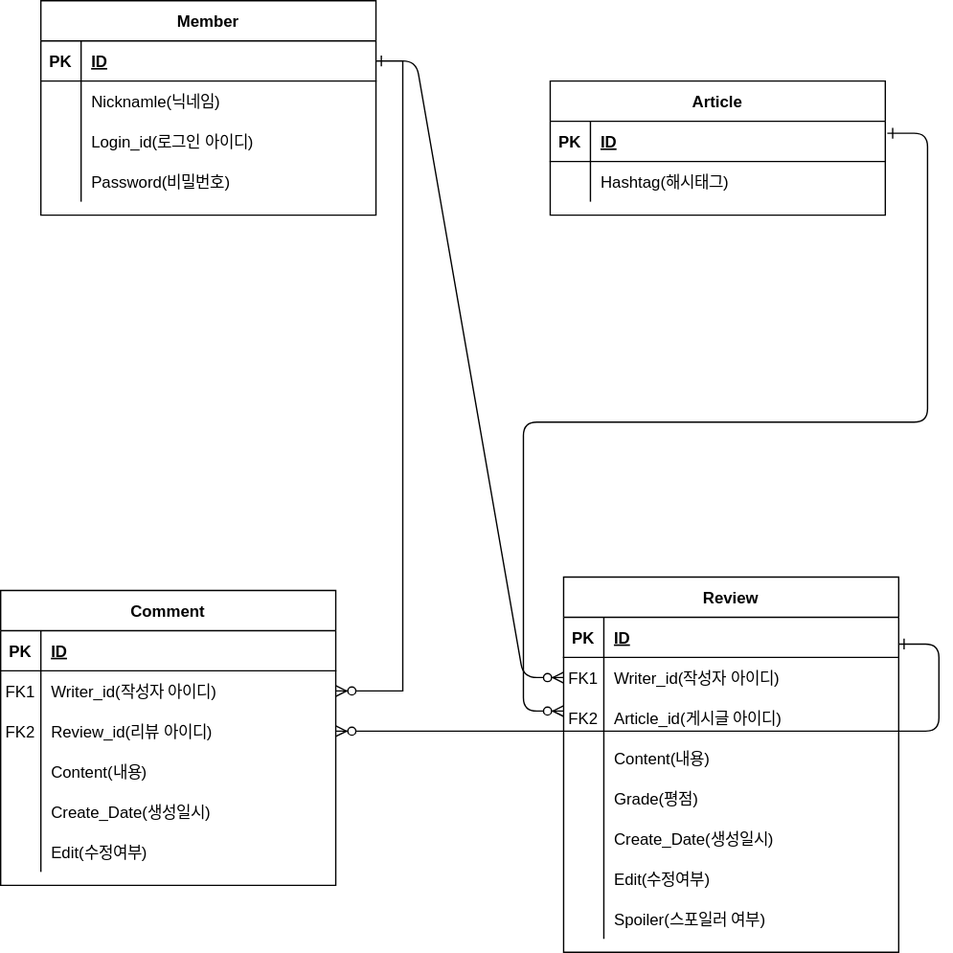
Above: docs/Movie_Review_Board.drawio.svg in pknu-wap/2024_1_WEB6 (draw.io), before the change. Source tidied: cells renumbered, new cells last; positions are measured from the earlier drawing's top-left corner, leaving out a move shared by most shapes.
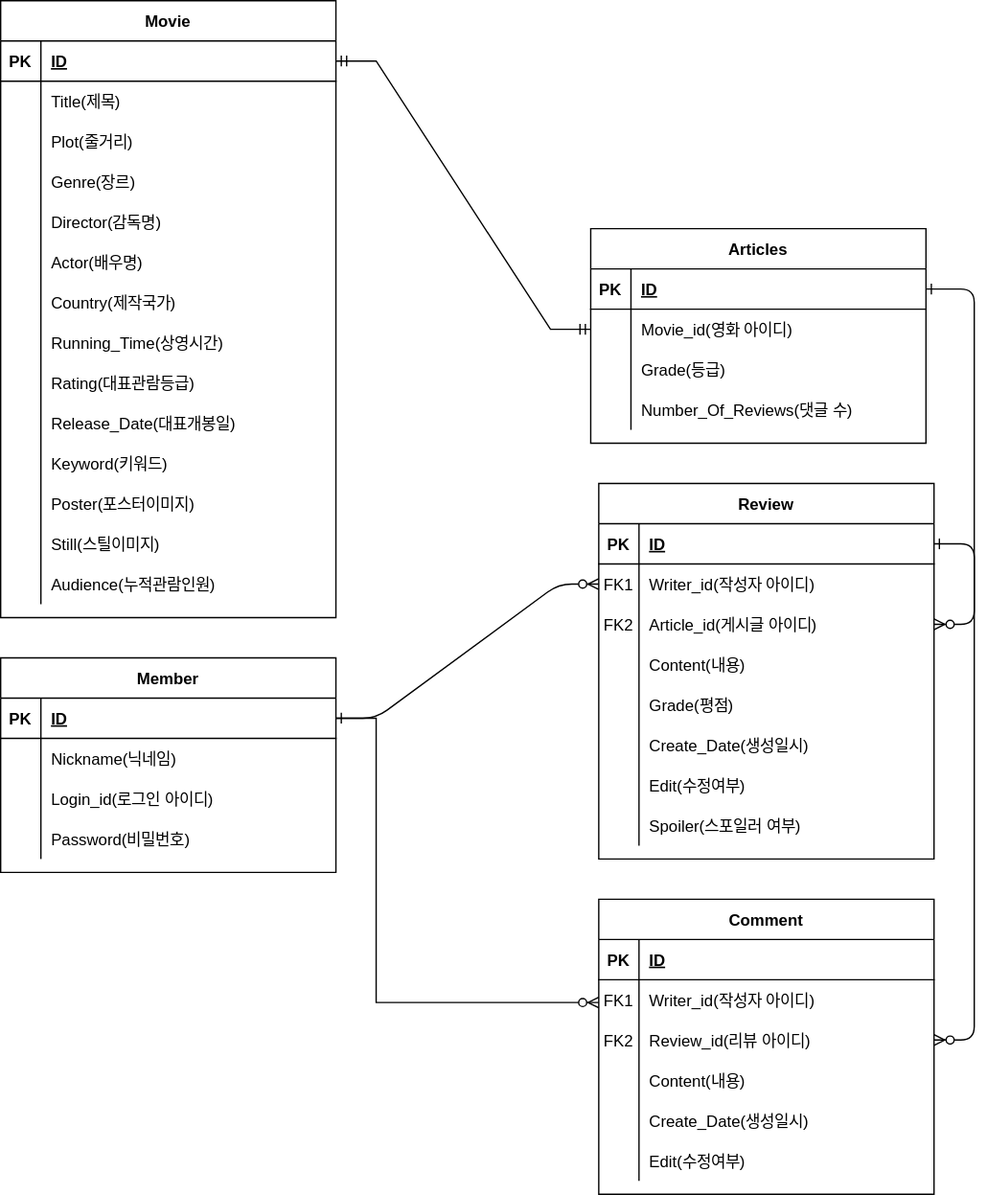
After the change.

What changed in the source:
```diff
@@ -9,17 +9,22 @@
         </Array>
       </mxGeometry>
     </mxCell>
-    <mxCell id="3" style="edgeStyle=entityRelationEdgeStyle;endArrow=ERzeroToMany;startArrow=ERone;endFill=1;startFill=0;entryX=1;entryY=0.5;entryDx=0;entryDy=0;" parent="1" edge="1" target="49">
+    <mxCell id="3" style="edgeStyle=entityRelationEdgeStyle;endArrow=ERzeroToMany;startArrow=ERone;endFill=1;startFill=0;" parent="1" edge="1" source="5" target="49">
       <mxGeometry relative="1" as="geometry">
-        <mxPoint x="670" y="480" as="sourcePoint" />
         <Array as="points">
-          <mxPoint x="500" y="535" />
-          <mxPoint x="710" y="720" />
+          <mxPoint x="500" y="525" />
+          <mxPoint x="720" y="680" />
+          <mxPoint x="690" y="580" />
+          <mxPoint x="690" y="620" />
+          <mxPoint x="710" y="710" />
+          <mxPoint x="330" y="590" />
+          <mxPoint x="470" y="730" />
+          <mxPoint x="460" y="730" />
         </Array>
       </mxGeometry>
     </mxCell>
     <mxCell id="4" value="Review" style="shape=table;startSize=30;rowLines=0;fontStyle=1;align=center;" parent="1" vertex="1">
-      <mxGeometry x="420" y="430" width="250" height="280" as="geometry" />
+      <mxGeometry x="416" y="450" width="250" height="280" as="geometry" />
     </mxCell>
     <mxCell id="5" style="shape=partialRectangle;fillColor=none;points=[[0,0.5],[1,0.5]];portConstraint=eastwest;top=0;left=0;right=0;bottom=1;" parent="4" vertex="1">
       <mxGeometry y="30" width="250" height="30" as="geometry" />
@@ -94,7 +99,7 @@
       <mxGeometry x="30" width="220" height="30" as="geometry" />
     </mxCell>
     <mxCell id="29" value="Member" style="shape=table;startSize=30;rowLines=0;fontStyle=1;align=center;" parent="1" vertex="1">
-      <mxGeometry x="30" width="250" height="160" as="geometry" />
+      <mxGeometry x="-30" y="580" width="250" height="160" as="geometry" />
     </mxCell>
     <mxCell id="30" style="shape=partialRectangle;fillColor=none;points=[[0,0.5],[1,0.5]];portConstraint=eastwest;top=0;left=0;right=0;bottom=1;" parent="29" vertex="1">
       <mxGeometry y="30" width="250" height="30" as="geometry" />
@@ -111,7 +116,7 @@
     <mxCell id="34" style="shape=partialRectangle;overflow=hidden;fillColor=none;top=0;left=0;bottom=0;right=0;" parent="33" vertex="1">
       <mxGeometry width="30" height="30" as="geometry" />
     </mxCell>
-    <mxCell id="35" value="Nicknamle(닉네임)" style="shape=partialRectangle;overflow=hidden;fillColor=none;top=0;left=0;bottom=0;right=0;align=left;spacingLeft=6;" parent="33" vertex="1">
+    <mxCell id="35" value="Nickname(닉네임) " style="shape=partialRectangle;overflow=hidden;fillColor=none;top=0;left=0;bottom=0;right=0;align=left;spacingLeft=6;" parent="33" vertex="1">
       <mxGeometry x="30" width="220" height="30" as="geometry" />
     </mxCell>
     <mxCell id="36" style="shape=partialRectangle;fillColor=none;top=0;left=0;right=0;bottom=0;" parent="29" vertex="1">
@@ -133,7 +138,7 @@
       <mxGeometry x="30" width="220" height="30" as="geometry" />
     </mxCell>
     <mxCell id="42" value="Comment" style="shape=table;startSize=30;rowLines=0;fontStyle=1;align=center;" parent="1" vertex="1">
-      <mxGeometry y="440" width="250" height="220" as="geometry" />
+      <mxGeometry x="416" y="760" width="250" height="220" as="geometry" />
     </mxCell>
     <mxCell id="43" style="shape=partialRectangle;fillColor=none;top=0;left=0;right=0;bottom=1;" parent="42" vertex="1">
       <mxGeometry y="30" width="250" height="30" as="geometry" />
@@ -189,8 +194,8 @@
     <mxCell id="60" value="Edit(수정여부)" style="shape=partialRectangle;overflow=hidden;fillColor=none;top=0;left=0;bottom=0;right=0;align=left;spacingLeft=6;" parent="58" vertex="1">
       <mxGeometry x="30" width="220" height="30" as="geometry" />
     </mxCell>
-    <mxCell id="61" value="Article" style="shape=table;startSize=30;rowLines=0;fontStyle=1;align=center;" parent="1" vertex="1">
-      <mxGeometry x="410" y="60" width="250" height="100" as="geometry" />
+    <mxCell id="61" value="Movie" style="shape=table;startSize=30;rowLines=0;fontStyle=1;align=center;" parent="1" vertex="1">
+      <mxGeometry x="-30" y="90" width="250" height="460" as="geometry" />
     </mxCell>
     <mxCell id="62" style="shape=partialRectangle;fillColor=none;points=[[0,0.5],[1,0.5]];portConstraint=eastwest;top=0;left=0;right=0;bottom=1;" parent="61" vertex="1">
       <mxGeometry y="30" width="250" height="30" as="geometry" />
@@ -207,25 +212,189 @@
     <mxCell id="66" style="shape=partialRectangle;overflow=hidden;fillColor=none;top=0;left=0;bottom=0;right=0;" parent="65" vertex="1">
       <mxGeometry width="30" height="30" as="geometry" />
     </mxCell>
-    <mxCell id="67" value="Hashtag(해시태그)" style="shape=partialRectangle;overflow=hidden;fillColor=none;top=0;left=0;bottom=0;right=0;align=left;spacingLeft=6;" parent="65" vertex="1">
+    <mxCell id="67" value="Title(제목)" style="shape=partialRectangle;overflow=hidden;fillColor=none;top=0;left=0;bottom=0;right=0;align=left;spacingLeft=6;" parent="65" vertex="1">
       <mxGeometry x="30" width="220" height="30" as="geometry" />
     </mxCell>
+    <mxCell id="70" style="shape=partialRectangle;fillColor=none;top=0;left=0;right=0;bottom=0;" parent="61" vertex="1">
+      <mxGeometry y="90" width="250" height="30" as="geometry" />
+    </mxCell>
+    <mxCell id="71" style="shape=partialRectangle;overflow=hidden;fillColor=none;top=0;left=0;bottom=0;right=0;" parent="70" vertex="1">
+      <mxGeometry width="30" height="30" as="geometry" />
+    </mxCell>
+    <mxCell id="72" value="Plot(줄거리)" style="shape=partialRectangle;overflow=hidden;fillColor=none;top=0;left=0;bottom=0;right=0;align=left;spacingLeft=6;" parent="70" vertex="1">
+      <mxGeometry x="30" width="220" height="30" as="geometry" />
+    </mxCell>
+    <mxCell id="73" style="shape=partialRectangle;fillColor=none;top=0;left=0;right=0;bottom=0;" parent="61" vertex="1">
+      <mxGeometry y="120" width="250" height="30" as="geometry" />
+    </mxCell>
+    <mxCell id="74" style="shape=partialRectangle;overflow=hidden;fillColor=none;top=0;left=0;bottom=0;right=0;" parent="73" vertex="1">
+      <mxGeometry width="30" height="30" as="geometry" />
+    </mxCell>
+    <mxCell id="75" value="Genre(장르)" style="shape=partialRectangle;overflow=hidden;fillColor=none;top=0;left=0;bottom=0;right=0;align=left;spacingLeft=6;" parent="73" vertex="1">
+      <mxGeometry x="30" width="220" height="30" as="geometry" />
+    </mxCell>
+    <mxCell id="76" style="shape=partialRectangle;fillColor=none;top=0;left=0;right=0;bottom=0;" parent="61" vertex="1">
+      <mxGeometry y="150" width="250" height="30" as="geometry" />
+    </mxCell>
+    <mxCell id="77" style="shape=partialRectangle;overflow=hidden;fillColor=none;top=0;left=0;bottom=0;right=0;" parent="76" vertex="1">
+      <mxGeometry width="30" height="30" as="geometry" />
+    </mxCell>
+    <mxCell id="78" value="Director(감독명)" style="shape=partialRectangle;overflow=hidden;fillColor=none;top=0;left=0;bottom=0;right=0;align=left;spacingLeft=6;" parent="76" vertex="1">
+      <mxGeometry x="30" width="220" height="30" as="geometry" />
+    </mxCell>
+    <mxCell id="79" style="shape=partialRectangle;fillColor=none;top=0;left=0;right=0;bottom=0;" parent="61" vertex="1">
+      <mxGeometry y="180" width="250" height="30" as="geometry" />
+    </mxCell>
+    <mxCell id="80" style="shape=partialRectangle;overflow=hidden;fillColor=none;top=0;left=0;bottom=0;right=0;" parent="79" vertex="1">
+      <mxGeometry width="30" height="30" as="geometry" />
+    </mxCell>
+    <mxCell id="81" value="Actor(배우명)" style="shape=partialRectangle;overflow=hidden;fillColor=none;top=0;left=0;bottom=0;right=0;align=left;spacingLeft=6;" parent="79" vertex="1">
+      <mxGeometry x="30" width="220" height="30" as="geometry" />
+    </mxCell>
+    <mxCell id="82" style="shape=partialRectangle;fillColor=none;top=0;left=0;right=0;bottom=0;" parent="61" vertex="1">
+      <mxGeometry y="210" width="250" height="30" as="geometry" />
+    </mxCell>
+    <mxCell id="83" style="shape=partialRectangle;overflow=hidden;fillColor=none;top=0;left=0;bottom=0;right=0;" parent="82" vertex="1">
+      <mxGeometry width="30" height="30" as="geometry" />
+    </mxCell>
+    <mxCell id="84" value="Country(제작국가)" style="shape=partialRectangle;overflow=hidden;fillColor=none;top=0;left=0;bottom=0;right=0;align=left;spacingLeft=6;" parent="82" vertex="1">
+      <mxGeometry x="30" width="220" height="30" as="geometry" />
+    </mxCell>
+    <mxCell id="85" style="shape=partialRectangle;fillColor=none;top=0;left=0;right=0;bottom=0;" parent="61" vertex="1">
+      <mxGeometry y="240" width="250" height="30" as="geometry" />
+    </mxCell>
+    <mxCell id="86" style="shape=partialRectangle;overflow=hidden;fillColor=none;top=0;left=0;bottom=0;right=0;" parent="85" vertex="1">
+      <mxGeometry width="30" height="30" as="geometry" />
+    </mxCell>
+    <mxCell id="87" value="Running_Time(상영시간)" style="shape=partialRectangle;overflow=hidden;fillColor=none;top=0;left=0;bottom=0;right=0;align=left;spacingLeft=6;" parent="85" vertex="1">
+      <mxGeometry x="30" width="220" height="30" as="geometry" />
+    </mxCell>
+    <mxCell id="88" style="shape=partialRectangle;fillColor=none;top=0;left=0;right=0;bottom=0;" parent="61" vertex="1">
+      <mxGeometry y="270" width="250" height="30" as="geometry" />
+    </mxCell>
+    <mxCell id="89" style="shape=partialRectangle;overflow=hidden;fillColor=none;top=0;left=0;bottom=0;right=0;" parent="88" vertex="1">
+      <mxGeometry width="30" height="30" as="geometry" />
+    </mxCell>
+    <mxCell id="90" value="Rating(대표관람등급)" style="shape=partialRectangle;overflow=hidden;fillColor=none;top=0;left=0;bottom=0;right=0;align=left;spacingLeft=6;" parent="88" vertex="1">
+      <mxGeometry x="30" width="220" height="30" as="geometry" />
+    </mxCell>
+    <mxCell id="91" style="shape=partialRectangle;fillColor=none;top=0;left=0;right=0;bottom=0;" parent="61" vertex="1">
+      <mxGeometry y="300" width="250" height="30" as="geometry" />
+    </mxCell>
+    <mxCell id="92" style="shape=partialRectangle;overflow=hidden;fillColor=none;top=0;left=0;bottom=0;right=0;" parent="91" vertex="1">
+      <mxGeometry width="30" height="30" as="geometry" />
+    </mxCell>
+    <mxCell id="93" value="Release_Date(대표개봉일)" style="shape=partialRectangle;overflow=hidden;fillColor=none;top=0;left=0;bottom=0;right=0;align=left;spacingLeft=6;" parent="91" vertex="1">
+      <mxGeometry x="30" width="220" height="30" as="geometry" />
+    </mxCell>
+    <mxCell id="94" style="shape=partialRectangle;fillColor=none;top=0;left=0;right=0;bottom=0;" parent="61" vertex="1">
+      <mxGeometry y="330" width="250" height="30" as="geometry" />
+    </mxCell>
+    <mxCell id="95" style="shape=partialRectangle;overflow=hidden;fillColor=none;top=0;left=0;bottom=0;right=0;" parent="94" vertex="1">
+      <mxGeometry width="30" height="30" as="geometry" />
+    </mxCell>
+    <mxCell id="96" value="Keyword(키워드)" style="shape=partialRectangle;overflow=hidden;fillColor=none;top=0;left=0;bottom=0;right=0;align=left;spacingLeft=6;" parent="94" vertex="1">
+      <mxGeometry x="30" width="220" height="30" as="geometry" />
+    </mxCell>
+    <mxCell id="97" style="shape=partialRectangle;fillColor=none;top=0;left=0;right=0;bottom=0;" parent="61" vertex="1">
+      <mxGeometry y="360" width="250" height="30" as="geometry" />
+    </mxCell>
+    <mxCell id="98" style="shape=partialRectangle;overflow=hidden;fillColor=none;top=0;left=0;bottom=0;right=0;" parent="97" vertex="1">
+      <mxGeometry width="30" height="30" as="geometry" />
+    </mxCell>
+    <mxCell id="99" value="Poster(포스터이미지)" style="shape=partialRectangle;overflow=hidden;fillColor=none;top=0;left=0;bottom=0;right=0;align=left;spacingLeft=6;" parent="97" vertex="1">
+      <mxGeometry x="30" width="220" height="30" as="geometry" />
+    </mxCell>
+    <mxCell id="100" style="shape=partialRectangle;fillColor=none;top=0;left=0;right=0;bottom=0;" parent="61" vertex="1">
+      <mxGeometry y="390" width="250" height="30" as="geometry" />
+    </mxCell>
+    <mxCell id="101" style="shape=partialRectangle;overflow=hidden;fillColor=none;top=0;left=0;bottom=0;right=0;" parent="100" vertex="1">
+      <mxGeometry width="30" height="30" as="geometry" />
+    </mxCell>
+    <mxCell id="102" value="Still(스틸이미지)" style="shape=partialRectangle;overflow=hidden;fillColor=none;top=0;left=0;bottom=0;right=0;align=left;spacingLeft=6;" parent="100" vertex="1">
+      <mxGeometry x="30" width="220" height="30" as="geometry" />
+    </mxCell>
+    <mxCell id="103" style="shape=partialRectangle;fillColor=none;top=0;left=0;right=0;bottom=0;" parent="61" vertex="1">
+      <mxGeometry y="420" width="250" height="30" as="geometry" />
+    </mxCell>
+    <mxCell id="104" style="shape=partialRectangle;overflow=hidden;fillColor=none;top=0;left=0;bottom=0;right=0;" parent="103" vertex="1">
+      <mxGeometry width="30" height="30" as="geometry" />
+    </mxCell>
+    <mxCell id="105" value="Audience(누적관람인원)" style="shape=partialRectangle;overflow=hidden;fillColor=none;top=0;left=0;bottom=0;right=0;align=left;spacingLeft=6;" parent="103" vertex="1">
+      <mxGeometry x="30" width="220" height="30" as="geometry" />
+    </mxCell>
-    <mxCell id="68" style="edgeStyle=entityRelationEdgeStyle;endArrow=ERzeroToMany;startArrow=ERone;endFill=1;startFill=0;entryX=1;entryY=0.5;entryDx=0;entryDy=0;exitX=1.006;exitY=0.298;exitDx=0;exitDy=0;exitPerimeter=0;" parent="1" edge="1" source="62">
+    <mxCell id="68" style="edgeStyle=entityRelationEdgeStyle;endArrow=ERzeroToMany;startArrow=ERone;endFill=1;startFill=0;exitX=1;exitY=0.5;exitDx=0;exitDy=0;" parent="1" edge="1" source="107" target="11">
       <mxGeometry relative="1" as="geometry">
-        <mxPoint x="420" y="530" as="targetPoint" />
         <Array as="points">
-          <mxPoint x="420" y="525" />
-          <mxPoint x="250" y="550" />
-          <mxPoint x="250" y="550" />
+          <mxPoint x="790" y="530" />
+          <mxPoint x="710" y="420" />
+          <mxPoint x="730" y="430" />
+          <mxPoint x="720" y="360" />
+          <mxPoint x="620" y="555" />
+          <mxPoint x="700" y="480" />
+          <mxPoint x="710" y="440" />
+          <mxPoint x="710" y="470" />
+          <mxPoint x="910" y="425" />
+          <mxPoint x="911" y="425" />
+          <mxPoint x="910" y="425" />
+          <mxPoint x="620" y="555" />
         </Array>
       </mxGeometry>
     </mxCell>
-    <mxCell id="69" style="edgeStyle=elbowEdgeStyle;fontSize=12;html=1;endArrow=ERzeroToMany;endFill=1;rounded=0;entryX=1;entryY=0.5;entryDx=0;entryDy=0;exitX=1;exitY=0.5;exitDx=0;exitDy=0;" parent="1" edge="1" source="30" target="46">
+    <mxCell id="69" style="edgeStyle=elbowEdgeStyle;fontSize=12;html=1;endArrow=ERzeroToMany;endFill=1;rounded=0;exitX=1;exitY=0.5;exitDx=0;exitDy=0;" parent="1" edge="1" source="30">
       <mxGeometry relative="1" as="geometry">
+        <mxPoint x="416" y="837" as="targetPoint" />
         <Array as="points">
-          <mxPoint x="300" y="280" />
+          <mxPoint x="250" y="302" />
         </Array>
       </mxGeometry>
     </mxCell>
+    <mxCell id="106" value="Articles" style="shape=table;startSize=30;rowLines=0;fontStyle=1;align=center;" parent="1" vertex="1">
+      <mxGeometry x="410" y="260" width="250" height="160" as="geometry" />
+    </mxCell>
+    <mxCell id="107" style="shape=partialRectangle;fillColor=none;points=[[0,0.5],[1,0.5]];portConstraint=eastwest;top=0;left=0;right=0;bottom=1;" parent="106" vertex="1">
+      <mxGeometry y="30" width="250" height="30" as="geometry" />
+    </mxCell>
+    <mxCell id="108" value="PK" style="shape=partialRectangle;overflow=hidden;fillColor=none;top=0;left=0;bottom=0;right=0;fontStyle=1;" parent="107" vertex="1">
+      <mxGeometry width="30" height="30" as="geometry" />
+    </mxCell>
+    <mxCell id="109" value="ID" style="shape=partialRectangle;overflow=hidden;fillColor=none;top=0;left=0;bottom=0;right=0;align=left;spacingLeft=6;fontStyle=5;" parent="107" vertex="1">
+      <mxGeometry x="30" width="220" height="30" as="geometry" />
+    </mxCell>
+    <mxCell id="110" style="shape=partialRectangle;fillColor=none;points=[[0,0.5],[1,0.5]];portConstraint=eastwest;top=0;left=0;right=0;bottom=0;" parent="106" vertex="1">
+      <mxGeometry y="60" width="250" height="30" as="geometry" />
+    </mxCell>
+    <mxCell id="111" style="shape=partialRectangle;overflow=hidden;fillColor=none;top=0;left=0;bottom=0;right=0;" parent="110" vertex="1">
+      <mxGeometry width="30" height="30" as="geometry" />
+    </mxCell>
+    <mxCell id="112" value="Movie_id(영화 아이디)" style="shape=partialRectangle;overflow=hidden;fillColor=none;top=0;left=0;bottom=0;right=0;align=left;spacingLeft=6;" parent="110" vertex="1">
+      <mxGeometry x="30" width="220" height="30" as="geometry" />
+    </mxCell>
+    <mxCell id="113" style="shape=partialRectangle;fillColor=none;top=0;left=0;right=0;bottom=0;" parent="106" vertex="1">
+      <mxGeometry y="90" width="250" height="30" as="geometry" />
+    </mxCell>
+    <mxCell id="114" style="shape=partialRectangle;overflow=hidden;fillColor=none;top=0;left=0;bottom=0;right=0;" parent="113" vertex="1">
+      <mxGeometry width="30" height="30" as="geometry" />
+    </mxCell>
+    <mxCell id="115" value="Grade(등급)" style="shape=partialRectangle;overflow=hidden;fillColor=none;top=0;left=0;bottom=0;right=0;align=left;spacingLeft=6;" parent="113" vertex="1">
+      <mxGeometry x="30" width="220" height="30" as="geometry" />
+    </mxCell>
+    <mxCell id="116" style="shape=partialRectangle;fillColor=none;top=0;left=0;right=0;bottom=0;" parent="106" vertex="1">
+      <mxGeometry y="120" width="250" height="30" as="geometry" />
+    </mxCell>
+    <mxCell id="117" style="shape=partialRectangle;overflow=hidden;fillColor=none;top=0;left=0;bottom=0;right=0;" parent="116" vertex="1">
+      <mxGeometry width="30" height="30" as="geometry" />
+    </mxCell>
+    <mxCell id="118" value="Number_Of_Reviews(댓글 수)" style="shape=partialRectangle;overflow=hidden;fillColor=none;top=0;left=0;bottom=0;right=0;align=left;spacingLeft=6;" parent="116" vertex="1">
+      <mxGeometry x="30" width="220" height="30" as="geometry" />
+    </mxCell>
+    <mxCell id="119" style="edgeStyle=entityRelationEdgeStyle;fontSize=12;html=1;endArrow=ERmandOne;startArrow=ERmandOne;rounded=0;entryX=1;entryY=0.5;entryDx=0;entryDy=0;" parent="1" edge="1" source="110" target="62">
+      <mxGeometry relative="1" as="geometry">
+        <Array as="points">
+          <mxPoint x="720" y="110" />
+          <mxPoint x="730" y="80" />
+        </Array>
+      </mxGeometry>
+    </mxCell>
   </root>
 </mxGraphModel>
```
